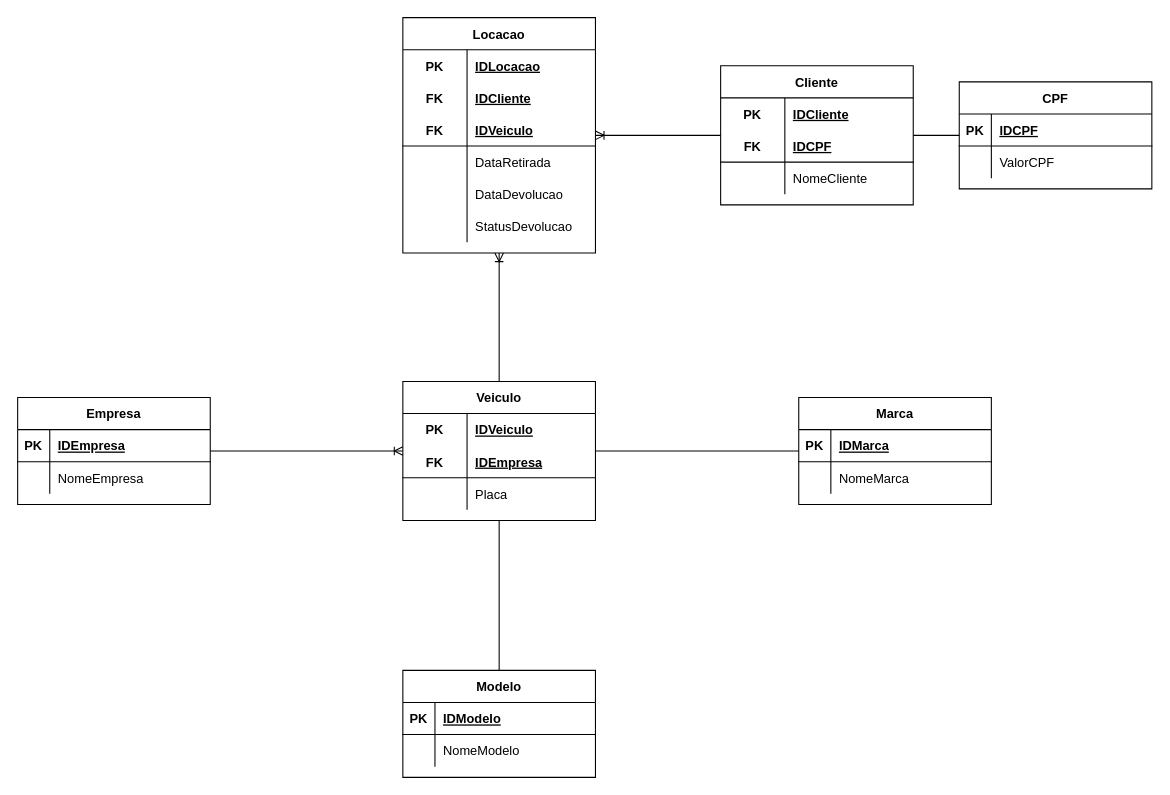
The draw.io diagram exercicios/1.2-exercicio-locadora/1.2-exercicio-locadora-logico.drawio in PedroLCamara/2oSemestre_Sprint1BD_Senai, before the edit. Source tidied: cells renumbered, new cells numbered last; positions are measured from the earlier drawing's top-left corner, leaving out a move shared by most shapes. Both pictures are drawn from the tidied source at 107%, with x=0, y=0 at pixel (17, 17).
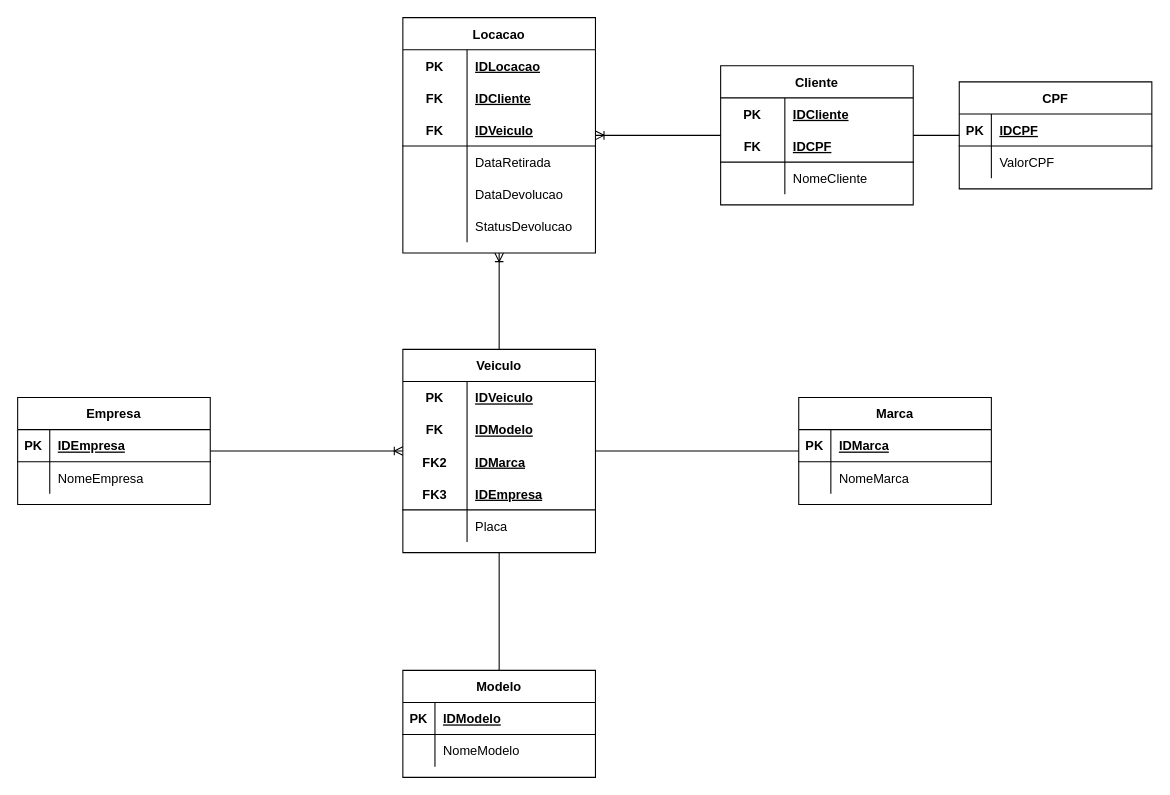
The same page after the edit.

Diff of the diagram source:
```diff
@@
     <mxCell id="36" value="Veiculo" style="shape=table;startSize=30;childLayout=tableLayout;rowLines=0;fontStyle=1;align=center;" parent="1" vertex="1">
-      <mxGeometry x="360" y="340" width="180" height="130" as="geometry" />
+      <mxGeometry x="360" y="310" width="180" height="190" as="geometry" />
     </mxCell>
@@
+    <mxCell id="75" style="shape=partialRectangle;fillColor=none;top=0;left=0;bottom=0;right=0;" parent="36" vertex="1">
+      <mxGeometry y="60" width="180" height="30" as="geometry" />
+    </mxCell>
+    <mxCell id="76" value="FK" style="shape=partialRectangle;fillColor=none;top=0;left=0;bottom=0;right=0;fontStyle=1;overflow=hidden;" parent="75" vertex="1">
+      <mxGeometry width="60" height="30" as="geometry" />
+    </mxCell>
+    <mxCell id="77" value="IDModelo" style="shape=partialRectangle;fillColor=none;top=0;left=0;bottom=0;right=0;align=left;spacingLeft=6;fontStyle=5;overflow=hidden;" parent="75" vertex="1">
+      <mxGeometry x="60" width="120" height="30" as="geometry" />
+    </mxCell>
+    <mxCell id="78" style="shape=partialRectangle;fillColor=none;top=0;left=0;bottom=0;right=0;" parent="36" vertex="1">
+      <mxGeometry y="90" width="180" height="30" as="geometry" />
+    </mxCell>
+    <mxCell id="79" value="FK2" style="shape=partialRectangle;fillColor=none;top=0;left=0;bottom=0;right=0;fontStyle=1;overflow=hidden;" parent="78" vertex="1">
+      <mxGeometry width="60" height="30" as="geometry" />
+    </mxCell>
+    <mxCell id="80" value="IDMarca" style="shape=partialRectangle;fillColor=none;top=0;left=0;bottom=0;right=0;align=left;spacingLeft=6;fontStyle=5;overflow=hidden;" parent="78" vertex="1">
+      <mxGeometry x="60" width="120" height="30" as="geometry" />
+    </mxCell>
     <mxCell id="40" style="shape=partialRectangle;fillColor=none;top=0;left=0;bottom=1;right=0;" parent="36" vertex="1">
-      <mxGeometry y="60" width="180" height="30" as="geometry" />
+      <mxGeometry y="120" width="180" height="30" as="geometry" />
     </mxCell>
-    <mxCell id="41" value="FK" style="shape=partialRectangle;fillColor=none;top=0;left=0;bottom=0;right=0;fontStyle=1;overflow=hidden;" parent="40" vertex="1">
+    <mxCell id="41" value="FK3" style="shape=partialRectangle;fillColor=none;top=0;left=0;bottom=0;right=0;fontStyle=1;overflow=hidden;" parent="40" vertex="1">
       <mxGeometry width="60" height="30" as="geometry" />
     </mxCell>
@@
     <mxCell id="43" style="shape=partialRectangle;fillColor=none;top=0;left=0;bottom=0;right=0;" parent="36" vertex="1">
-      <mxGeometry y="90" width="180" height="30" as="geometry" />
+      <mxGeometry y="150" width="180" height="30" as="geometry" />
     </mxCell>
```
